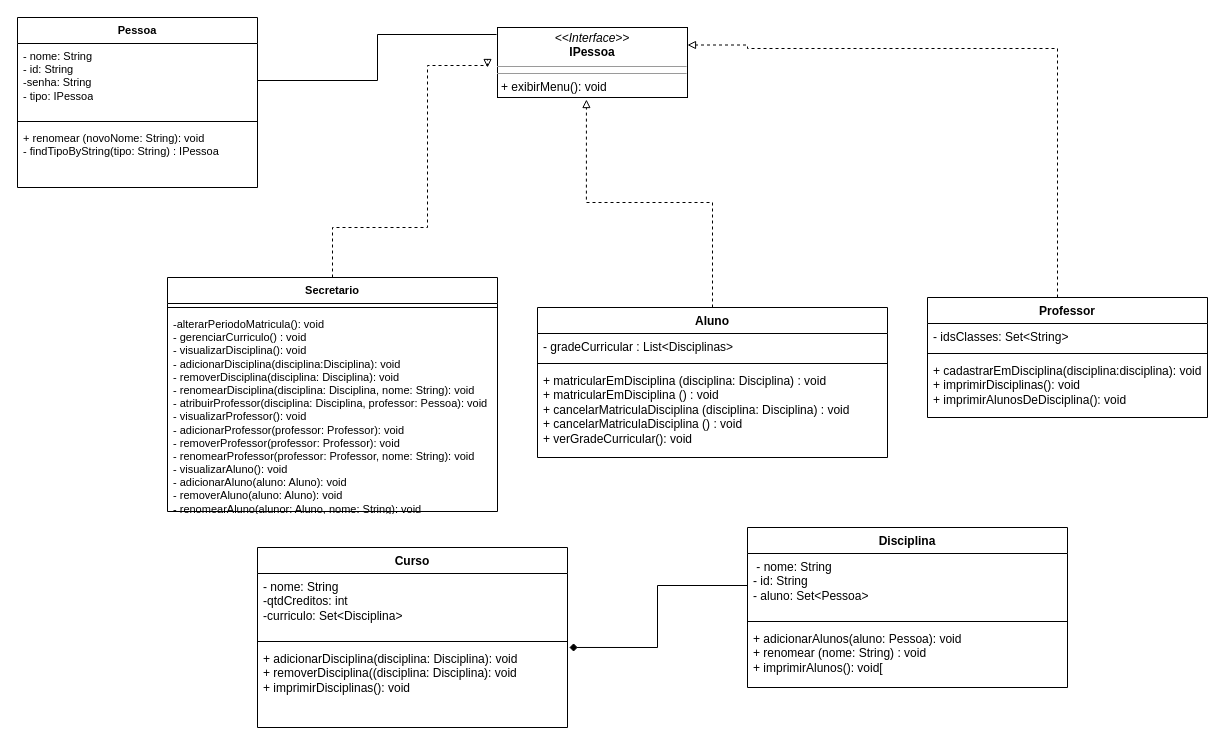
Before: projeto/diagrama_de_classes/diagram_de_classes_models.drawio in Suvacco/AGS, a draw.io diagram. Source tidied: cells renumbered, new cells numbered last; positions are measured from the earlier drawing's top-left corner, leaving out a move shared by most shapes. Both pictures are drawn from the tidied source at 100%, with x=0, y=0 at pixel (17, 17).
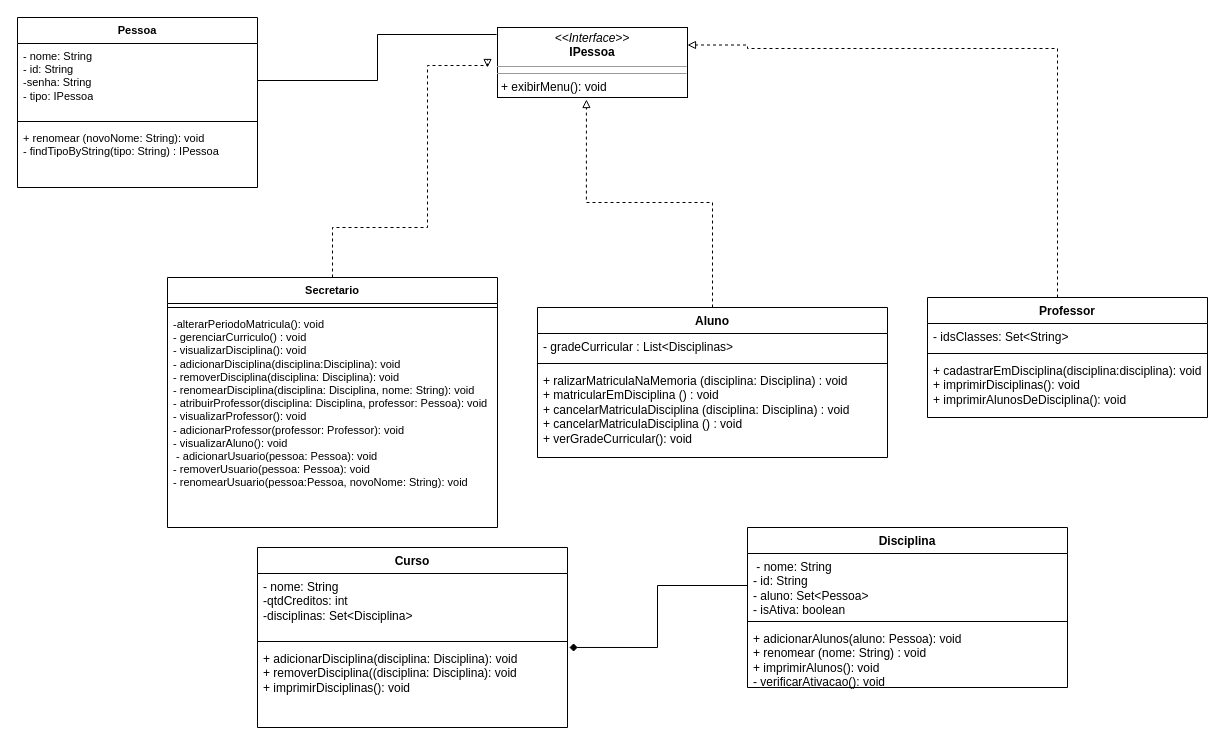
Above is the later version.

Commit message (it also covers changes not shown here):
Diagrama de classes

Unchanged cells that the change refers to:
```xml
<mxCell id="3" value="&lt;div&gt;Disciplina&lt;/div&gt;&lt;div&gt;&lt;br&gt;&lt;/div&gt;" style="swimlane;fontStyle=1;align=center;verticalAlign=top;horizontal=1;startSize=26;whiteSpace=wrap;html=1;" parent="1" vertex="1">
  <mxGeometry x="730" y="510" width="320" height="160" as="geometry" />
</mxCell>
<mxCell id="8" value="&lt;div&gt;Aluno&lt;/div&gt;&lt;div&gt;&lt;br&gt;&lt;/div&gt;" style="swimlane;fontStyle=1;align=center;verticalAlign=top;horizontal=1;startSize=26;whiteSpace=wrap;html=1;" parent="1" vertex="1">
  <mxGeometry x="520" y="290" width="350" height="150" as="geometry" />
</mxCell>
<mxCell id="21" value="Curso" style="swimlane;fontStyle=1;align=center;verticalAlign=top;horizontal=1;startSize=26;whiteSpace=wrap;html=1;" parent="1" vertex="1">
  <mxGeometry x="240" y="530" width="310" height="180" as="geometry" />
</mxCell>
```

What changed in the source:
```diff
@@
-    <mxCell id="4" value="&lt;div&gt;&amp;nbsp;- nome: String&lt;/div&gt;&lt;div&gt;- id: String&lt;br&gt;&lt;/div&gt;&lt;div&gt;- aluno: Set&amp;lt;Pessoa&amp;gt;&lt;br&gt;&lt;/div&gt;" style="text;strokeColor=none;fillColor=none;align=left;verticalAlign=top;spacingLeft=4;spacingRight=4;overflow=hidden;points=[[0,0.5],[1,0.5]];portConstraint=eastwest;whiteSpace=wrap;html=1;" parent="3" vertex="1">
+    <mxCell id="4" value="&lt;div&gt;&amp;nbsp;- nome: String&lt;/div&gt;&lt;div&gt;- id: String&lt;br&gt;&lt;/div&gt;&lt;div&gt;- aluno: Set&amp;lt;Pessoa&amp;gt;&lt;br&gt;&lt;/div&gt;&lt;div&gt;- isAtiva: boolean&lt;br&gt;&lt;/div&gt;&lt;div&gt;&lt;br&gt;&lt;/div&gt;" style="text;strokeColor=none;fillColor=none;align=left;verticalAlign=top;spacingLeft=4;spacingRight=4;overflow=hidden;points=[[0,0.5],[1,0.5]];portConstraint=eastwest;whiteSpace=wrap;html=1;" parent="3" vertex="1">
       <mxGeometry y="26" width="320" height="64" as="geometry" />
     </mxCell>
@@
-    <mxCell id="6" value="&lt;div&gt;+ adicionarAlunos(aluno: Pessoa): void&lt;br&gt;&lt;/div&gt;&lt;div&gt;+ renomear (nome: String) : void&lt;/div&gt;&lt;div&gt;+ imprimirAlunos(): void[&lt;/div&gt;&lt;div&gt;&lt;br&gt;&lt;/div&gt;" style="text;strokeColor=none;fillColor=none;align=left;verticalAlign=top;spacingLeft=4;spacingRight=4;overflow=hidden;whiteSpace=wrap;html=1;" parent="3" vertex="1">
+    <mxCell id="6" value="&lt;div&gt;+ adicionarAlunos(aluno: Pessoa): void&lt;br&gt;&lt;/div&gt;&lt;div&gt;+ renomear (nome: String) : void&lt;/div&gt;&lt;div&gt;+ imprimirAlunos(): void&lt;/div&gt;&lt;div&gt;- verificarAtivacao(): void&lt;br&gt;&lt;/div&gt;" style="text;strokeColor=none;fillColor=none;align=left;verticalAlign=top;spacingLeft=4;spacingRight=4;overflow=hidden;whiteSpace=wrap;html=1;" parent="3" vertex="1">
       <mxGeometry y="98" width="320" height="62" as="geometry" />
     </mxCell>
@@
-    <mxCell id="11" value="&lt;div&gt;+ matricularEmDisciplina (disciplina: Disciplina) : void&lt;/div&gt;&lt;div&gt;+ matricularEmDisciplina () : void&lt;/div&gt;&lt;div&gt;+ cancelarMatriculaDisciplina (disciplina: Disciplina) : void&lt;/div&gt;&lt;div&gt;&lt;div&gt;+ cancelarMatriculaDisciplina () : void&lt;/div&gt;&lt;div&gt;+ verGradeCurricular(): void&lt;br&gt;&lt;/div&gt;&lt;div&gt;&lt;br&gt;&lt;br&gt;&lt;/div&gt;&lt;/div&gt;&lt;div&gt;&lt;br&gt;&lt;/div&gt;&lt;div&gt;&lt;br&gt;&lt;/div&gt;" style="text;strokeColor=none;fillColor=none;align=left;verticalAlign=top;spacingLeft=4;spacingRight=4;overflow=hidden;whiteSpace=wrap;html=1;" parent="8" vertex="1">
+    <mxCell id="11" value="&lt;div&gt;+ ralizarMatriculaNaMemoria (disciplina: Disciplina) : void&lt;/div&gt;&lt;div&gt;+ matricularEmDisciplina () : void&lt;/div&gt;&lt;div&gt;+ cancelarMatriculaDisciplina (disciplina: Disciplina) : void&lt;/div&gt;&lt;div&gt;&lt;div&gt;+ cancelarMatriculaDisciplina () : void&lt;/div&gt;&lt;div&gt;+ verGradeCurricular(): void&lt;br&gt;&lt;/div&gt;&lt;div&gt;&lt;br&gt;&lt;br&gt;&lt;/div&gt;&lt;/div&gt;&lt;div&gt;&lt;br&gt;&lt;/div&gt;&lt;div&gt;&lt;br&gt;&lt;/div&gt;" style="text;strokeColor=none;fillColor=none;align=left;verticalAlign=top;spacingLeft=4;spacingRight=4;overflow=hidden;whiteSpace=wrap;html=1;" parent="8" vertex="1">
       <mxGeometry y="60" width="350" height="90" as="geometry" />
     </mxCell>
@@
     <mxCell id="14" value="&lt;div&gt;Secretario&lt;/div&gt;&lt;div&gt;&lt;br&gt;&lt;/div&gt;" style="swimlane;fontStyle=1;align=center;verticalAlign=top;horizontal=1;startSize=26;whiteSpace=wrap;html=1;fontFamily=Helvetica;fontSize=11;fontColor=default;" parent="1" vertex="1">
-      <mxGeometry x="150" y="260" width="330" height="234" as="geometry" />
+      <mxGeometry x="150" y="260" width="330" height="250" as="geometry" />
     </mxCell>
@@
-    <mxCell id="16" value="&lt;div&gt;-alterarPeriodoMatricula(): void&lt;br&gt;&lt;/div&gt;&lt;div&gt;- gerenciarCurriculo() : void&lt;/div&gt;&lt;div&gt;- visualizarDisciplina(): void&lt;/div&gt;&lt;div&gt;- adicionarDisciplina(disciplina:Disciplina): void&lt;br&gt;&lt;/div&gt;&lt;div&gt;- removerDisciplina(disciplina: Disciplina): void&lt;/div&gt;&lt;div&gt;- renomearDisciplina(disciplina: Disciplina, nome: String): void&lt;/div&gt;&lt;div&gt;- atribuirProfessor(disciplina: Disciplina, professor: Pessoa): void&lt;/div&gt;&lt;div&gt;&lt;div&gt;- visualizarProfessor(): void&lt;/div&gt;&lt;div&gt;- adicionarProfessor(professor: Professor): void&lt;br&gt;&lt;/div&gt;&lt;div&gt;- removerProfessor(professor: Professor): void&lt;/div&gt;&lt;div&gt;- renomearProfessor(professor: Professor, nome: String): void&lt;/div&gt;&lt;div&gt;&lt;div&gt;&lt;div&gt;- visualizarAluno(): void&lt;/div&gt;&lt;div&gt;- adicionarAluno(aluno: Aluno): void&lt;br&gt;&lt;/div&gt;&lt;div&gt;- removerAluno(aluno: Aluno): void&lt;/div&gt;&lt;div&gt;- renomearAluno(alunor: Aluno, nome: String): void&lt;/div&gt;&lt;/div&gt;&lt;/div&gt;&lt;/div&gt;&lt;div&gt;&lt;br&gt;&lt;/div&gt;&lt;div&gt;&lt;br&gt;&lt;/div&gt;" style="text;strokeColor=none;fillColor=none;align=left;verticalAlign=top;spacingLeft=4;spacingRight=4;overflow=hidden;whiteSpace=wrap;html=1;fontSize=11;fontFamily=Helvetica;fontColor=default;" parent="14" vertex="1">
-      <mxGeometry y="34" width="330" height="200" as="geometry" />
+    <mxCell id="16" value="&lt;div&gt;-alterarPeriodoMatricula(): void&lt;br&gt;&lt;/div&gt;&lt;div&gt;- gerenciarCurriculo() : void&lt;/div&gt;&lt;div&gt;- visualizarDisciplina(): void&lt;/div&gt;&lt;div&gt;- adicionarDisciplina(disciplina:Disciplina): void&lt;br&gt;&lt;/div&gt;&lt;div&gt;- removerDisciplina(disciplina: Disciplina): void&lt;/div&gt;&lt;div&gt;- renomearDisciplina(disciplina: Disciplina, nome: String): void&lt;/div&gt;&lt;div&gt;- atribuirProfessor(disciplina: Disciplina, professor: Pessoa): void&lt;/div&gt;&lt;div&gt;&lt;div&gt;- visualizarProfessor(): void&lt;/div&gt;&lt;div&gt;- adicionarProfessor(professor: Professor): void&lt;/div&gt;&lt;div&gt;&lt;div&gt;&lt;div&gt;- visualizarAluno(): void&lt;/div&gt;&lt;/div&gt;&lt;/div&gt;&lt;/div&gt;&lt;div&gt;&amp;nbsp;- adicionarUsuario(pessoa: Pessoa): void&lt;/div&gt;&lt;div&gt;- removerUsuario(pessoa: Pessoa): void&lt;/div&gt;&lt;div&gt;- renomearUsuario(pessoa:Pessoa, novoNome: String): void&lt;/div&gt;" style="text;strokeColor=none;fillColor=none;align=left;verticalAlign=top;spacingLeft=4;spacingRight=4;overflow=hidden;whiteSpace=wrap;html=1;fontSize=11;fontFamily=Helvetica;fontColor=default;" parent="14" vertex="1">
+      <mxGeometry y="34" width="330" height="216" as="geometry" />
     </mxCell>
@@
-    <mxCell id="22" value="&lt;div&gt;- nome: String&lt;/div&gt;&lt;div&gt;-qtdCreditos: int&lt;/div&gt;&lt;div&gt;-curriculo: Set&amp;lt;Disciplina&amp;gt;&lt;br&gt;&lt;/div&gt;" style="text;strokeColor=none;fillColor=none;align=left;verticalAlign=top;spacingLeft=4;spacingRight=4;overflow=hidden;whiteSpace=wrap;html=1;" parent="21" vertex="1">
+    <mxCell id="22" value="&lt;div&gt;- nome: String&lt;/div&gt;&lt;div&gt;-qtdCreditos: int&lt;/div&gt;&lt;div&gt;-disciplinas: Set&amp;lt;Disciplina&amp;gt;&lt;br&gt;&lt;/div&gt;" style="text;strokeColor=none;fillColor=none;align=left;verticalAlign=top;spacingLeft=4;spacingRight=4;overflow=hidden;whiteSpace=wrap;html=1;" parent="21" vertex="1">
       <mxGeometry y="26" width="310" height="64" as="geometry" />
     </mxCell>
```
